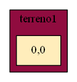
Before: grafica.png, a diagram exported from Graphviz (Cinthia0702/IPC2_Proyecto1_201801075_). Its source is kept beside it as grafica.dot. Its diagram source:
```dot
        digraph L{
        node[shape=box fillcolor="#FFEDBB" style=filled]
        subgraph cluster_p{label= terreno1 bgcolor = "#900C3F"raiz[label = "0,0"]}}
```
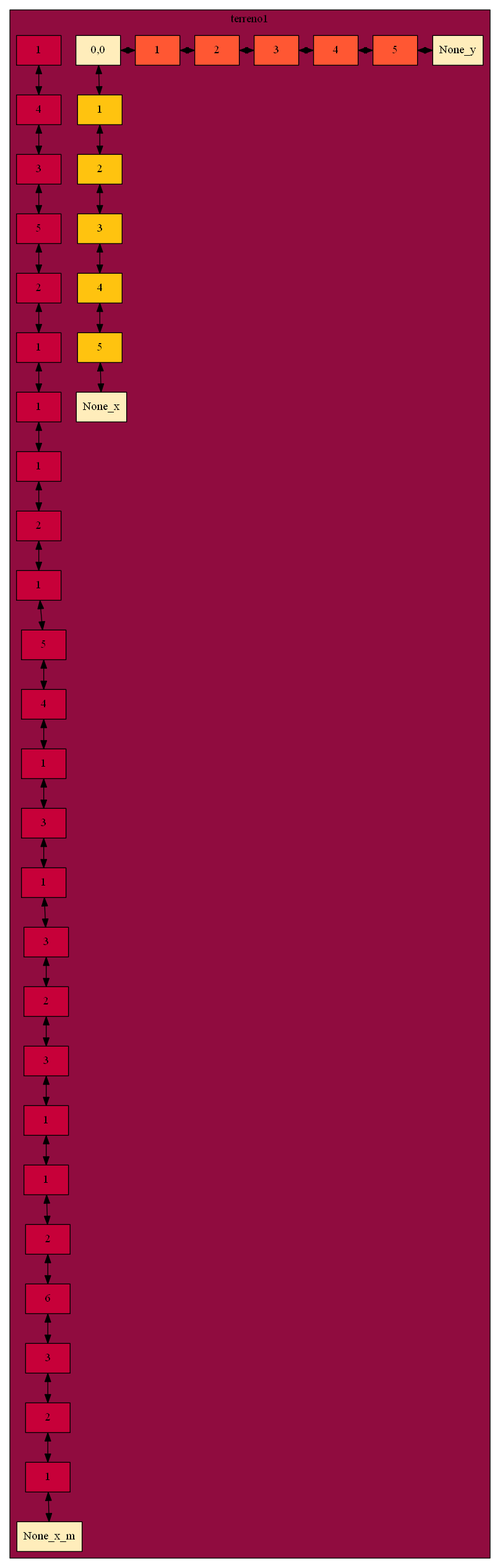
Later version of the same file.

What changed in the source:
```diff
@@ -1,3 +1,44 @@
         digraph L{
         node[shape=box fillcolor="#FFEDBB" style=filled]
-        subgraph cluster_p{label= terreno1 bgcolor = "#900C3F"raiz[label = "0,0"]}}
+        subgraph cluster_p{label= terreno1 bgcolor = "#900C3F"raiz[label = "0,0"]edge[dir = "both"]
+Fila1 [label = 1 ,group=1,fillcolor="#FFC30F"];
+Fila2 [label = 2 ,group=1,fillcolor="#FFC30F"];
+Fila3 [label = 3 ,group=1,fillcolor="#FFC30F"];
+Fila4 [label = 4 ,group=1,fillcolor="#FFC30F"];
+Fila5 [label = 5 ,group=1,fillcolor="#FFC30F"];
+Fila1->Fila2->Fila3->Fila4->Fila5->None_x[label=""];
+Columna1 [label = 1 ,group=2,fillcolor="#FF5733"];
+Columna2 [label = 2 ,group=2,fillcolor="#FF5733"];
+Columna3 [label = 3 ,group=2,fillcolor="#FF5733"];
+Columna4 [label = 4 ,group=2,fillcolor="#FF5733"];
+Columna5 [label = 5 ,group=2,fillcolor="#FF5733"];
+Columna1->Columna2->Columna3->Columna4->Columna5->None_y[label=""];
+raiz->Fila1;raiz->Columna1;
+{rank=same; raiz;Columna1 Columna2 Columna3 Columna4 Columna5 None_y;}
+nodoFila1nodoColumna1 [label =1, group=1, fillcolor="#C70039"];
+nodoFila2nodoColumna1 [label =4, group=1, fillcolor="#C70039"];
+nodoFila3nodoColumna1 [label =3, group=1, fillcolor="#C70039"];
+nodoFila4nodoColumna1 [label =5, group=1, fillcolor="#C70039"];
+nodoFila5nodoColumna1 [label =2, group=1, fillcolor="#C70039"];
+nodoFila1nodoColumna2 [label =1, group=2, fillcolor="#C70039"];
+nodoFila2nodoColumna2 [label =1, group=2, fillcolor="#C70039"];
+nodoFila3nodoColumna2 [label =1, group=2, fillcolor="#C70039"];
+nodoFila4nodoColumna2 [label =2, group=2, fillcolor="#C70039"];
+nodoFila5nodoColumna2 [label =1, group=2, fillcolor="#C70039"];
+nodoFila1nodoColumna3 [label =5, group=3, fillcolor="#C70039"];
+nodoFila2nodoColumna3 [label =4, group=3, fillcolor="#C70039"];
+nodoFila3nodoColumna3 [label =1, group=3, fillcolor="#C70039"];
+nodoFila4nodoColumna3 [label =3, group=3, fillcolor="#C70039"];
+nodoFila5nodoColumna3 [label =1, group=3, fillcolor="#C70039"];
+nodoFila1nodoColumna4 [label =3, group=4, fillcolor="#C70039"];
+nodoFila2nodoColumna4 [label =2, group=4, fillcolor="#C70039"];
+nodoFila3nodoColumna4 [label =3, group=4, fillcolor="#C70039"];
+nodoFila4nodoColumna4 [label =1, group=4, fillcolor="#C70039"];
+nodoFila5nodoColumna4 [label =1, group=4, fillcolor="#C70039"];
+nodoFila1nodoColumna5 [label =2, group=5, fillcolor="#C70039"];
+nodoFila2nodoColumna5 [label =6, group=5, fillcolor="#C70039"];
+nodoFila3nodoColumna5 [label =3, group=5, fillcolor="#C70039"];
+nodoFila4nodoColumna5 [label =2, group=5, fillcolor="#C70039"];
+nodoFila5nodoColumna5 [label =1, group=5, fillcolor="#C70039"];
+nodoFila1nodoColumna1 ->nodoFila2nodoColumna1 ->nodoFila3nodoColumna1 ->nodoFila4nodoColumna1 ->nodoFila5nodoColumna1 ->nodoFila1nodoColumna2 ->nodoFila2nodoColumna2 ->nodoFila3nodoColumna2 ->nodoFila4nodoColumna2 ->nodoFila5nodoColumna2 ->nodoFila1nodoColumna3 ->nodoFila2nodoColumna3 ->nodoFila3nodoColumna3 ->nodoFila4nodoColumna3 ->nodoFila5nodoColumna3 ->nodoFila1nodoColumna4 ->nodoFila2nodoColumna4 ->nodoFila3nodoColumna4 ->nodoFila4nodoColumna4 ->nodoFila5nodoColumna4 ->nodoFila1nodoColumna5 ->nodoFila2nodoColumna5 ->nodoFila3nodoColumna5 ->nodoFila4nodoColumna5 ->nodoFila5nodoColumna5 ->None_x_m[label=""];
+}}
```
